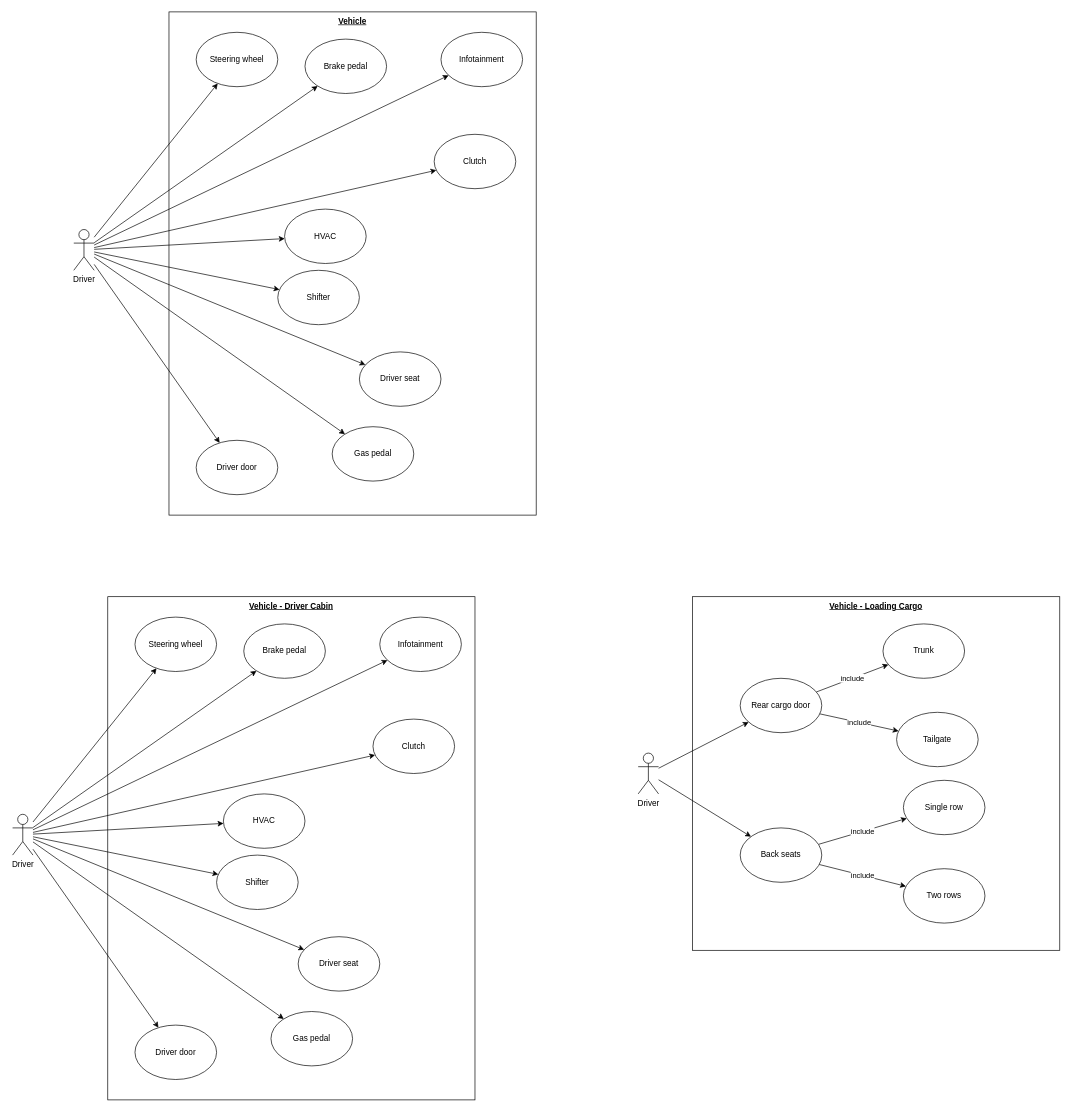
Above: page "Use_Case_Diagram" (2 of 6) of Figures/Thesis_Models.drawio in t-chiang/PhD_Thesis (draw.io), before the change. Source tidied: cells renumbered, new cells numbered last; positions are measured from the earlier drawing's top-left corner, leaving out a move shared by most shapes. Both pictures are drawn from the tidied source at 68%, with x=0, y=0 at pixel (12, 12).
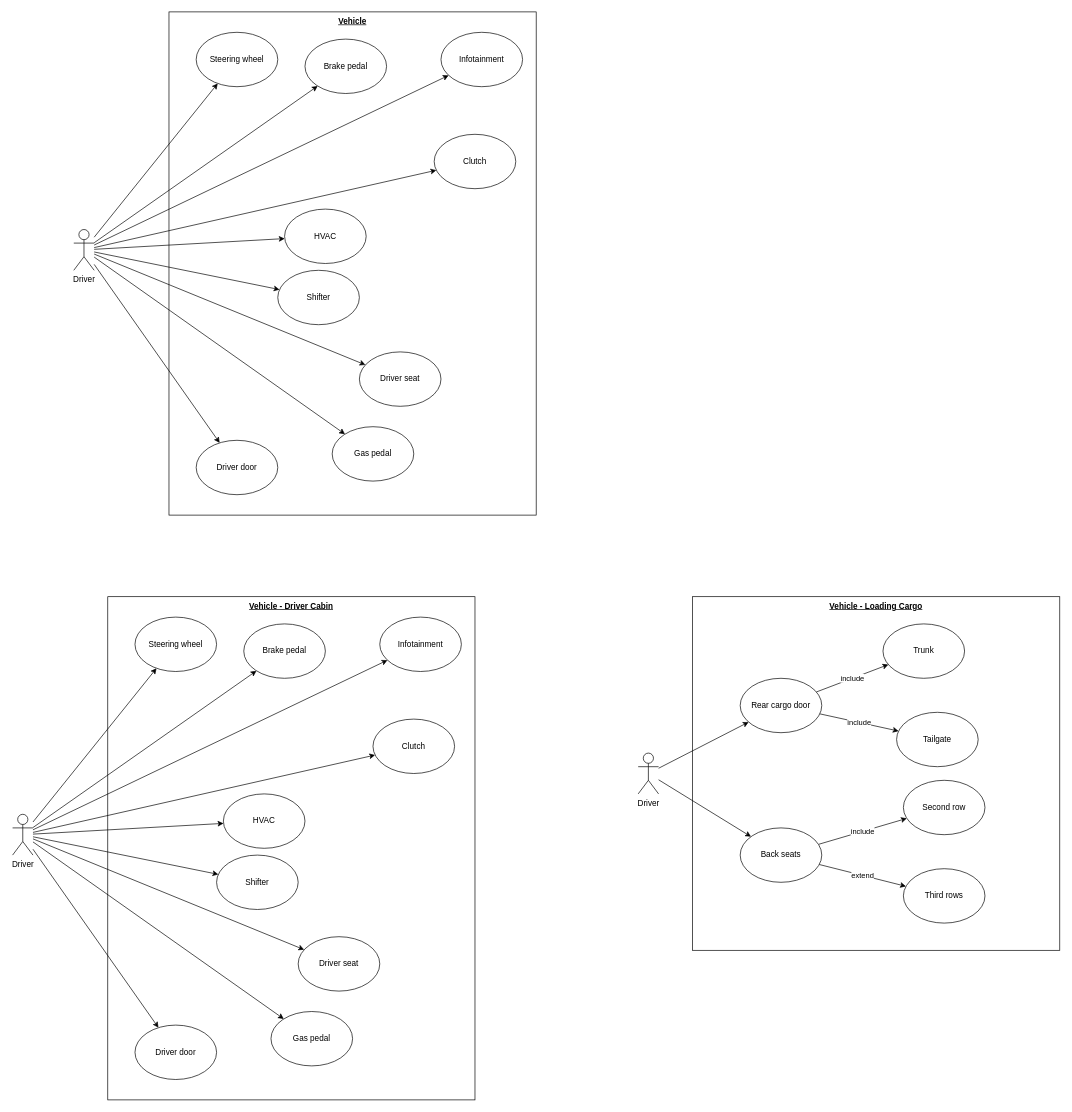
The same page after the edit.

The change refers to these unchanged cells:
```xml
<mxCell id="33" value="Back seats" style="ellipse;whiteSpace=wrap;html=1;" parent="1" vertex="1">
  <mxGeometry x="1070" y="1200" width="120" height="80" as="geometry" />
</mxCell>
```

The edit, as a diff of the source:
```diff
@@
-    <mxCell id="32" value="include" style="edgeStyle=none;rounded=0;jettySize=auto;html=1;" parent="1" edge="1" source="33" target="34">
+    <mxCell id="32" value="extend" style="edgeStyle=none;rounded=0;jettySize=auto;html=1;" parent="1" edge="1" source="33" target="34">
       <mxGeometry relative="1" as="geometry" />
     </mxCell>
@@
-    <mxCell id="34" value="Two rows" style="ellipse;whiteSpace=wrap;html=1;" parent="1" vertex="1">
+    <mxCell id="34" value="Third rows" style="ellipse;whiteSpace=wrap;html=1;" parent="1" vertex="1">
       <mxGeometry x="1310" y="1260" width="120" height="80" as="geometry" />
     </mxCell>
-    <mxCell id="35" value="Single row" style="ellipse;whiteSpace=wrap;html=1;" parent="1" vertex="1">
+    <mxCell id="35" value="Second row" style="ellipse;whiteSpace=wrap;html=1;" parent="1" vertex="1">
       <mxGeometry x="1310" y="1130" width="120" height="80" as="geometry" />
     </mxCell>
```
